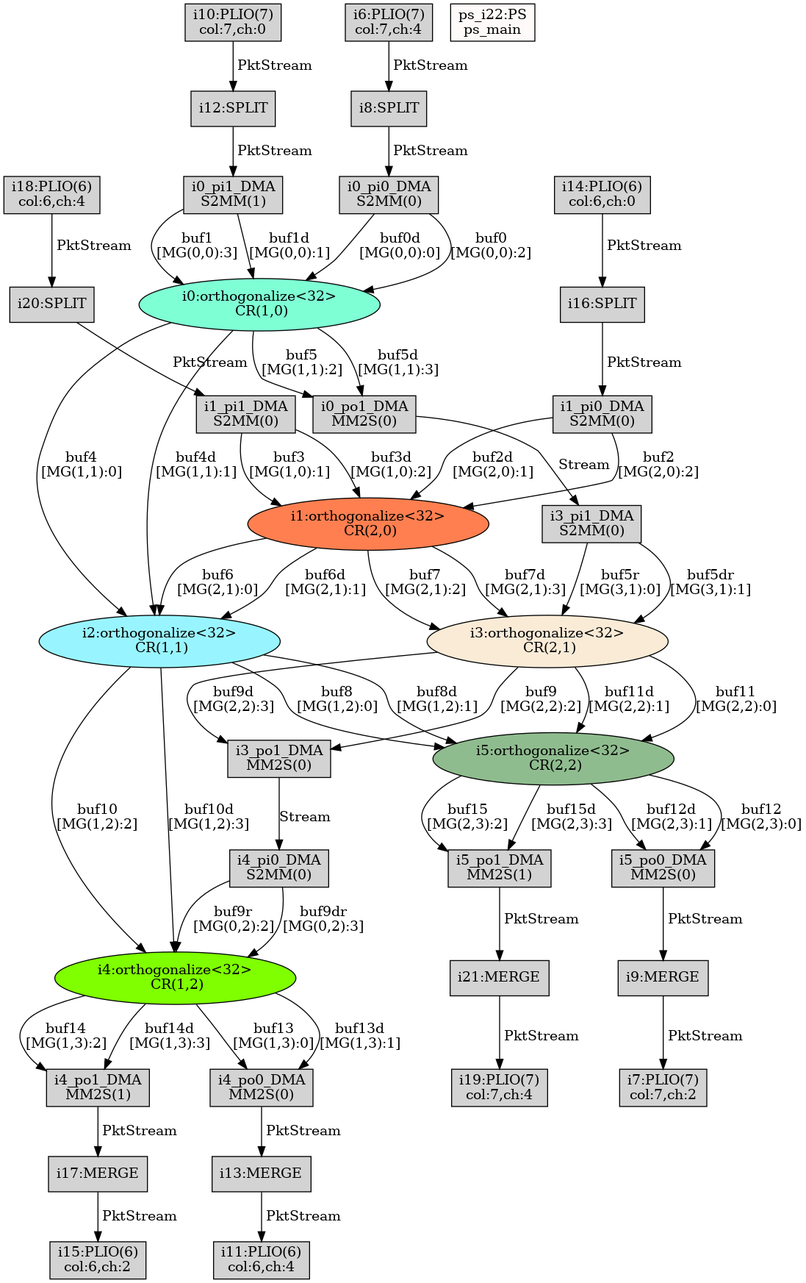
The Graphviz diagram TriBlock/Work/reports/TopGraph_mapped_post.png in lxy-littlechai/SVD, before a commit. Its source is kept beside it as TriBlock/Work/temp/TopGraph_mapped_post.dot.
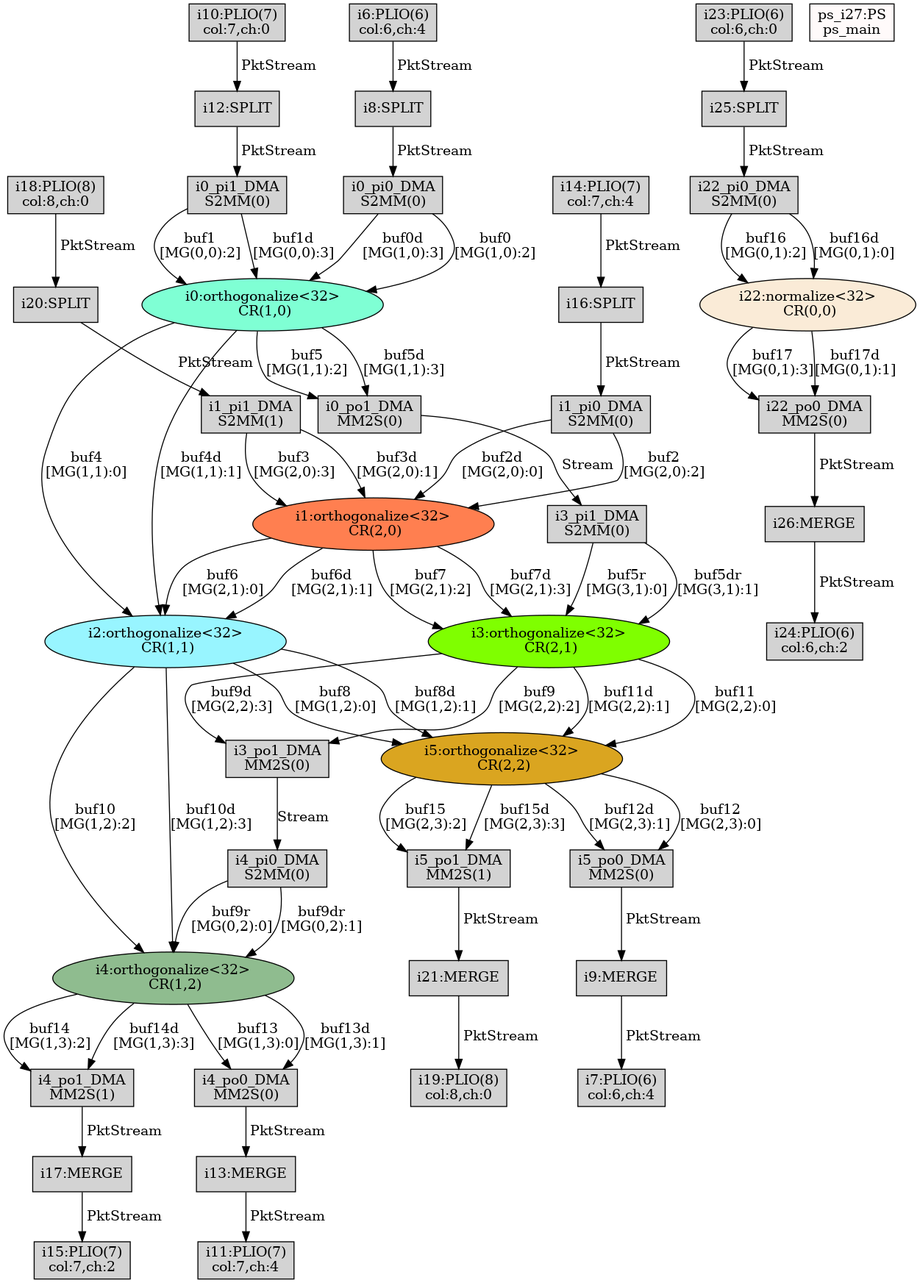
The same file after the commit.

Change to the diagram source:
```diff
@@ -1,51 +1,58 @@
 digraph G {
 "i0:orthogonalize<32>\n CR(1,0)"[style=filled, fillcolor=aquamarine];
 "i0_pi0_DMA\nS2MM(0)"[shape=box, style=filled, fillcolor=lightgrey];
-"i0_pi1_DMA\nS2MM(1)"[shape=box, style=filled, fillcolor=lightgrey];
+"i0_pi1_DMA\nS2MM(0)"[shape=box, style=filled, fillcolor=lightgrey];
 "i0_po1_DMA\nMM2S(0)"[shape=box, style=filled, fillcolor=lightgrey];
 "i1:orthogonalize<32>\n CR(2,0)"[style=filled, fillcolor=coral];
 "i10:PLIO(7)\ncol:7,ch:0"[shape=box, style=filled, fillcolor=lightgrey];
-"i11:PLIO(6)\ncol:6,ch:4"[shape=box, style=filled, fillcolor=lightgrey];
+"i11:PLIO(7)\ncol:7,ch:4"[shape=box, style=filled, fillcolor=lightgrey];
 "i12:SPLIT"[shape=box, style=filled, fillcolor=lightgrey];
 "i13:MERGE"[shape=box, style=filled, fillcolor=lightgrey];
-"i14:PLIO(6)\ncol:6,ch:0"[shape=box, style=filled, fillcolor=lightgrey];
-"i15:PLIO(6)\ncol:6,ch:2"[shape=box, style=filled, fillcolor=lightgrey];
+"i14:PLIO(7)\ncol:7,ch:4"[shape=box, style=filled, fillcolor=lightgrey];
+"i15:PLIO(7)\ncol:7,ch:2"[shape=box, style=filled, fillcolor=lightgrey];
 "i16:SPLIT"[shape=box, style=filled, fillcolor=lightgrey];
 "i17:MERGE"[shape=box, style=filled, fillcolor=lightgrey];
-"i18:PLIO(6)\ncol:6,ch:4"[shape=box, style=filled, fillcolor=lightgrey];
-"i19:PLIO(7)\ncol:7,ch:4"[shape=box, style=filled, fillcolor=lightgrey];
+"i18:PLIO(8)\ncol:8,ch:0"[shape=box, style=filled, fillcolor=lightgrey];
+"i19:PLIO(8)\ncol:8,ch:0"[shape=box, style=filled, fillcolor=lightgrey];
 "i1_pi0_DMA\nS2MM(0)"[shape=box, style=filled, fillcolor=lightgrey];
-"i1_pi1_DMA\nS2MM(0)"[shape=box, style=filled, fillcolor=lightgrey];
+"i1_pi1_DMA\nS2MM(1)"[shape=box, style=filled, fillcolor=lightgrey];
 "i2:orthogonalize<32>\n CR(1,1)"[style=filled, fillcolor=cadetblue1];
 "i20:SPLIT"[shape=box, style=filled, fillcolor=lightgrey];
 "i21:MERGE"[shape=box, style=filled, fillcolor=lightgrey];
-"i3:orthogonalize<32>\n CR(2,1)"[style=filled, fillcolor=antiquewhite];
+"i22:normalize<32>\n CR(0,0)"[style=filled, fillcolor=antiquewhite];
+"i22_pi0_DMA\nS2MM(0)"[shape=box, style=filled, fillcolor=lightgrey];
+"i22_po0_DMA\nMM2S(0)"[shape=box, style=filled, fillcolor=lightgrey];
+"i23:PLIO(6)\ncol:6,ch:0"[shape=box, style=filled, fillcolor=lightgrey];
+"i24:PLIO(6)\ncol:6,ch:2"[shape=box, style=filled, fillcolor=lightgrey];
+"i25:SPLIT"[shape=box, style=filled, fillcolor=lightgrey];
+"i26:MERGE"[shape=box, style=filled, fillcolor=lightgrey];
+"i3:orthogonalize<32>\n CR(2,1)"[style=filled, fillcolor=chartreuse];
 "i3_pi1_DMA\nS2MM(0)"[shape=box, style=filled, fillcolor=lightgrey];
 "i3_po1_DMA\nMM2S(0)"[shape=box, style=filled, fillcolor=lightgrey];
-"i4:orthogonalize<32>\n CR(1,2)"[style=filled, fillcolor=chartreuse];
+"i4:orthogonalize<32>\n CR(1,2)"[style=filled, fillcolor=darkseagreen];
 "i4_pi0_DMA\nS2MM(0)"[shape=box, style=filled, fillcolor=lightgrey];
 "i4_po0_DMA\nMM2S(0)"[shape=box, style=filled, fillcolor=lightgrey];
 "i4_po1_DMA\nMM2S(1)"[shape=box, style=filled, fillcolor=lightgrey];
-"i5:orthogonalize<32>\n CR(2,2)"[style=filled, fillcolor=darkseagreen];
+"i5:orthogonalize<32>\n CR(2,2)"[style=filled, fillcolor=goldenrod];
 "i5_po0_DMA\nMM2S(0)"[shape=box, style=filled, fillcolor=lightgrey];
 "i5_po1_DMA\nMM2S(1)"[shape=box, style=filled, fillcolor=lightgrey];
-"i6:PLIO(7)\ncol:7,ch:4"[shape=box, style=filled, fillcolor=lightgrey];
-"i7:PLIO(7)\ncol:7,ch:2"[shape=box, style=filled, fillcolor=lightgrey];
+"i6:PLIO(6)\ncol:6,ch:4"[shape=box, style=filled, fillcolor=lightgrey];
+"i7:PLIO(6)\ncol:6,ch:4"[shape=box, style=filled, fillcolor=lightgrey];
 "i8:SPLIT"[shape=box, style=filled, fillcolor=lightgrey];
 "i9:MERGE"[shape=box, style=filled, fillcolor=lightgrey];
-"ps_i22:PS\nps_main"[shape=box, style=filled, fillcolor=snow];
+"ps_i27:PS\nps_main"[shape=box, style=filled, fillcolor=snow];
 "i8:SPLIT"->"i0_pi0_DMA\nS2MM(0)"[label=" PktStream"];
-"i0_pi0_DMA\nS2MM(0)"->"i0:orthogonalize<32>\n CR(1,0)"[label="buf0\n[MG(0,0):2]"];
-"i0_pi0_DMA\nS2MM(0)"->"i0:orthogonalize<32>\n CR(1,0)"[label="buf0d\n[MG(0,0):0]"];
-"i12:SPLIT"->"i0_pi1_DMA\nS2MM(1)"[label=" PktStream"];
-"i0_pi1_DMA\nS2MM(1)"->"i0:orthogonalize<32>\n CR(1,0)"[label="buf1\n[MG(0,0):3]"];
-"i0_pi1_DMA\nS2MM(1)"->"i0:orthogonalize<32>\n CR(1,0)"[label="buf1d\n[MG(0,0):1]"];
+"i0_pi0_DMA\nS2MM(0)"->"i0:orthogonalize<32>\n CR(1,0)"[label="buf0\n[MG(1,0):2]"];
+"i0_pi0_DMA\nS2MM(0)"->"i0:orthogonalize<32>\n CR(1,0)"[label="buf0d\n[MG(1,0):3]"];
+"i12:SPLIT"->"i0_pi1_DMA\nS2MM(0)"[label=" PktStream"];
+"i0_pi1_DMA\nS2MM(0)"->"i0:orthogonalize<32>\n CR(1,0)"[label="buf1\n[MG(0,0):2]"];
+"i0_pi1_DMA\nS2MM(0)"->"i0:orthogonalize<32>\n CR(1,0)"[label="buf1d\n[MG(0,0):3]"];
 "i16:SPLIT"->"i1_pi0_DMA\nS2MM(0)"[label=" PktStream"];
 "i1_pi0_DMA\nS2MM(0)"->"i1:orthogonalize<32>\n CR(2,0)"[label="buf2\n[MG(2,0):2]"];
-"i1_pi0_DMA\nS2MM(0)"->"i1:orthogonalize<32>\n CR(2,0)"[label="buf2d\n[MG(2,0):1]"];
-"i20:SPLIT"->"i1_pi1_DMA\nS2MM(0)"[label=" PktStream"];
-"i1_pi1_DMA\nS2MM(0)"->"i1:orthogonalize<32>\n CR(2,0)"[label="buf3\n[MG(1,0):1]"];
-"i1_pi1_DMA\nS2MM(0)"->"i1:orthogonalize<32>\n CR(2,0)"[label="buf3d\n[MG(1,0):2]"];
+"i1_pi0_DMA\nS2MM(0)"->"i1:orthogonalize<32>\n CR(2,0)"[label="buf2d\n[MG(2,0):0]"];
+"i20:SPLIT"->"i1_pi1_DMA\nS2MM(1)"[label=" PktStream"];
+"i1_pi1_DMA\nS2MM(1)"->"i1:orthogonalize<32>\n CR(2,0)"[label="buf3\n[MG(2,0):3]"];
+"i1_pi1_DMA\nS2MM(1)"->"i1:orthogonalize<32>\n CR(2,0)"[label="buf3d\n[MG(2,0):1]"];
 "i0:orthogonalize<32>\n CR(1,0)"->"i2:orthogonalize<32>\n CR(1,1)"[label="buf4\n[MG(1,1):0]"];
 "i0:orthogonalize<32>\n CR(1,0)"->"i2:orthogonalize<32>\n CR(1,1)"[label="buf4d\n[MG(1,1):1]"];
 "i0:orthogonalize<32>\n CR(1,0)"->"i0_po1_DMA\nMM2S(0)"[label="buf5\n[MG(1,1):2]"];
@@ -62,8 +69,8 @@
 "i3:orthogonalize<32>\n CR(2,1)"->"i3_po1_DMA\nMM2S(0)"[label="buf9\n[MG(2,2):2]"];
 "i3:orthogonalize<32>\n CR(2,1)"->"i3_po1_DMA\nMM2S(0)"[label="buf9d\n[MG(2,2):3]"];
 "i3_po1_DMA\nMM2S(0)"->"i4_pi0_DMA\nS2MM(0)"[label="Stream"];
-"i4_pi0_DMA\nS2MM(0)"->"i4:orthogonalize<32>\n CR(1,2)"[label="buf9r\n[MG(0,2):2]"];
-"i4_pi0_DMA\nS2MM(0)"->"i4:orthogonalize<32>\n CR(1,2)"[label="buf9dr\n[MG(0,2):3]"];
+"i4_pi0_DMA\nS2MM(0)"->"i4:orthogonalize<32>\n CR(1,2)"[label="buf9r\n[MG(0,2):0]"];
+"i4_pi0_DMA\nS2MM(0)"->"i4:orthogonalize<32>\n CR(1,2)"[label="buf9dr\n[MG(0,2):1]"];
 "i2:orthogonalize<32>\n CR(1,1)"->"i4:orthogonalize<32>\n CR(1,2)"[label="buf10\n[MG(1,2):2]"];
 "i2:orthogonalize<32>\n CR(1,1)"->"i4:orthogonalize<32>\n CR(1,2)"[label="buf10d\n[MG(1,2):3]"];
 "i3:orthogonalize<32>\n CR(2,1)"->"i5:orthogonalize<32>\n CR(2,2)"[label="buf11\n[MG(2,2):0]"];
@@ -80,13 +87,21 @@
 "i5:orthogonalize<32>\n CR(2,2)"->"i5_po1_DMA\nMM2S(1)"[label="buf15\n[MG(2,3):2]"];
 "i5:orthogonalize<32>\n CR(2,2)"->"i5_po1_DMA\nMM2S(1)"[label="buf15d\n[MG(2,3):3]"];
 "i5_po1_DMA\nMM2S(1)" -> "i21:MERGE"[label=" PktStream"];
-"i6:PLIO(7)\ncol:7,ch:4" -> "i8:SPLIT"[label=" PktStream"];
-"i9:MERGE" -> "i7:PLIO(7)\ncol:7,ch:2"[label=" PktStream"];
-"i14:PLIO(6)\ncol:6,ch:0" -> "i16:SPLIT"[label=" PktStream"];
-"i17:MERGE" -> "i15:PLIO(6)\ncol:6,ch:2"[label=" PktStream"];
+"i6:PLIO(6)\ncol:6,ch:4" -> "i8:SPLIT"[label=" PktStream"];
+"i9:MERGE" -> "i7:PLIO(6)\ncol:6,ch:4"[label=" PktStream"];
+"i14:PLIO(7)\ncol:7,ch:4" -> "i16:SPLIT"[label=" PktStream"];
+"i17:MERGE" -> "i15:PLIO(7)\ncol:7,ch:2"[label=" PktStream"];
 "i10:PLIO(7)\ncol:7,ch:0" -> "i12:SPLIT"[label=" PktStream"];
-"i13:MERGE" -> "i11:PLIO(6)\ncol:6,ch:4"[label=" PktStream"];
-"i18:PLIO(6)\ncol:6,ch:4" -> "i20:SPLIT"[label=" PktStream"];
-"i21:MERGE" -> "i19:PLIO(7)\ncol:7,ch:4"[label=" PktStream"];
+"i13:MERGE" -> "i11:PLIO(7)\ncol:7,ch:4"[label=" PktStream"];
+"i18:PLIO(8)\ncol:8,ch:0" -> "i20:SPLIT"[label=" PktStream"];
+"i21:MERGE" -> "i19:PLIO(8)\ncol:8,ch:0"[label=" PktStream"];
+"i25:SPLIT"->"i22_pi0_DMA\nS2MM(0)"[label=" PktStream"];
+"i22_pi0_DMA\nS2MM(0)"->"i22:normalize<32>\n CR(0,0)"[label="buf16\n[MG(0,1):2]"];
+"i22_pi0_DMA\nS2MM(0)"->"i22:normalize<32>\n CR(0,0)"[label="buf16d\n[MG(0,1):0]"];
+"i22:normalize<32>\n CR(0,0)"->"i22_po0_DMA\nMM2S(0)"[label="buf17\n[MG(0,1):3]"];
+"i22:normalize<32>\n CR(0,0)"->"i22_po0_DMA\nMM2S(0)"[label="buf17d\n[MG(0,1):1]"];
+"i22_po0_DMA\nMM2S(0)" -> "i26:MERGE"[label=" PktStream"];
+"i23:PLIO(6)\ncol:6,ch:0" -> "i25:SPLIT"[label=" PktStream"];
+"i26:MERGE" -> "i24:PLIO(6)\ncol:6,ch:2"[label=" PktStream"];
 
  }
```
